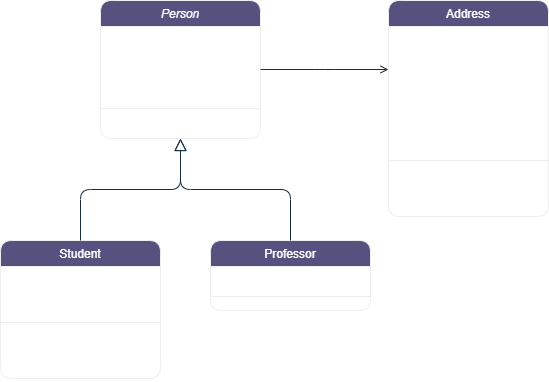
ravisankargv96/1.SpringWebApp keeps this draw.io diagram as Trail.drawio.png. Above is the earlier version. Source tidied: cells renumbered, new cells last; positions are measured from the earlier drawing's top-left corner, leaving out a move shared by most shapes.
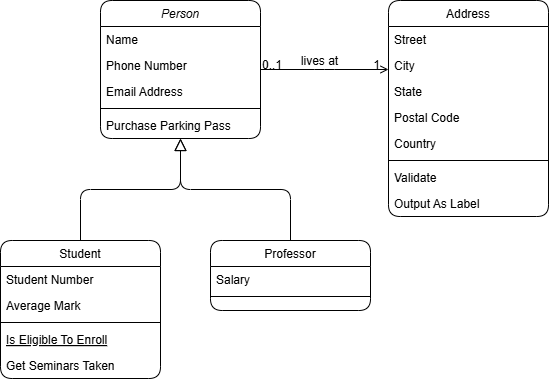
After the commit.

What changed in the source:
```diff
@@ -2,100 +2,100 @@
   <root>
     <mxCell id="0" />
     <mxCell id="1" parent="0" />
-    <mxCell id="2" value="Person" style="swimlane;fontStyle=2;align=center;verticalAlign=top;horizontal=1;startSize=26;rounded=1;shadow=0;strokeWidth=1;labelBackgroundColor=none;fillColor=#56517E;strokeColor=#EEEEEE;fontColor=#FFFFFF;" parent="1" vertex="1">
+    <mxCell id="2" value="Person" style="swimlane;fontStyle=2;align=center;verticalAlign=top;horizontal=1;startSize=26;rounded=1;shadow=0;strokeWidth=1;labelBackgroundColor=none;" parent="1" vertex="1">
       <mxGeometry x="100" width="160" height="138" as="geometry" />
     </mxCell>
-    <mxCell id="3" value="Name" style="text;align=left;verticalAlign=top;spacingLeft=4;spacingRight=4;overflow=hidden;labelBackgroundColor=none;fontColor=#FFFFFF;rounded=1;" parent="2" vertex="1">
+    <mxCell id="3" value="Name" style="text;align=left;verticalAlign=top;spacingLeft=4;spacingRight=4;overflow=hidden;labelBackgroundColor=none;rounded=1;" parent="2" vertex="1">
       <mxGeometry y="26" width="160" height="26" as="geometry" />
     </mxCell>
-    <mxCell id="4" value="Phone Number" style="text;align=left;verticalAlign=top;spacingLeft=4;spacingRight=4;overflow=hidden;rounded=1;shadow=0;html=0;labelBackgroundColor=none;fontColor=#FFFFFF;" parent="2" vertex="1">
+    <mxCell id="4" value="Phone Number" style="text;align=left;verticalAlign=top;spacingLeft=4;spacingRight=4;overflow=hidden;rounded=1;shadow=0;html=0;labelBackgroundColor=none;" parent="2" vertex="1">
       <mxGeometry y="52" width="160" height="26" as="geometry" />
     </mxCell>
-    <mxCell id="5" value="Email Address" style="text;align=left;verticalAlign=top;spacingLeft=4;spacingRight=4;overflow=hidden;rounded=1;shadow=0;html=0;labelBackgroundColor=none;fontColor=#FFFFFF;" parent="2" vertex="1">
+    <mxCell id="5" value="Email Address" style="text;align=left;verticalAlign=top;spacingLeft=4;spacingRight=4;overflow=hidden;rounded=1;shadow=0;html=0;labelBackgroundColor=none;" parent="2" vertex="1">
       <mxGeometry y="78" width="160" height="26" as="geometry" />
     </mxCell>
-    <mxCell id="6" style="line;html=1;strokeWidth=1;align=left;verticalAlign=middle;spacingTop=-1;spacingLeft=3;spacingRight=3;labelPosition=right;labelBackgroundColor=none;fillColor=#56517E;strokeColor=#EEEEEE;fontColor=#FFFFFF;rounded=1;" parent="2" vertex="1">
+    <mxCell id="6" style="line;html=1;strokeWidth=1;align=left;verticalAlign=middle;spacingTop=-1;spacingLeft=3;spacingRight=3;labelPosition=right;labelBackgroundColor=none;rounded=1;" parent="2" vertex="1">
       <mxGeometry y="104" width="160" height="8" as="geometry" />
     </mxCell>
-    <mxCell id="7" value="Purchase Parking Pass" style="text;align=left;verticalAlign=top;spacingLeft=4;spacingRight=4;overflow=hidden;labelBackgroundColor=none;fontColor=#FFFFFF;rounded=1;" parent="2" vertex="1">
+    <mxCell id="7" value="Purchase Parking Pass" style="text;align=left;verticalAlign=top;spacingLeft=4;spacingRight=4;overflow=hidden;labelBackgroundColor=none;rounded=1;" parent="2" vertex="1">
       <mxGeometry y="112" width="160" height="26" as="geometry" />
     </mxCell>
-    <mxCell id="8" value="Student" style="swimlane;fontStyle=0;align=center;verticalAlign=top;horizontal=1;startSize=26;rounded=1;shadow=0;strokeWidth=1;labelBackgroundColor=none;fillColor=#56517E;strokeColor=#EEEEEE;fontColor=#FFFFFF;" parent="1" vertex="1">
+    <mxCell id="8" value="Student" style="swimlane;fontStyle=0;align=center;verticalAlign=top;horizontal=1;startSize=26;rounded=1;shadow=0;strokeWidth=1;labelBackgroundColor=none;" parent="1" vertex="1">
       <mxGeometry y="240" width="160" height="138" as="geometry" />
     </mxCell>
-    <mxCell id="9" value="Student Number" style="text;align=left;verticalAlign=top;spacingLeft=4;spacingRight=4;overflow=hidden;labelBackgroundColor=none;fontColor=#FFFFFF;rounded=1;" parent="8" vertex="1">
+    <mxCell id="9" value="Student Number" style="text;align=left;verticalAlign=top;spacingLeft=4;spacingRight=4;overflow=hidden;labelBackgroundColor=none;rounded=1;" parent="8" vertex="1">
       <mxGeometry y="26" width="160" height="26" as="geometry" />
     </mxCell>
-    <mxCell id="10" value="Average Mark" style="text;align=left;verticalAlign=top;spacingLeft=4;spacingRight=4;overflow=hidden;rounded=1;shadow=0;html=0;labelBackgroundColor=none;fontColor=#FFFFFF;" parent="8" vertex="1">
+    <mxCell id="10" value="Average Mark" style="text;align=left;verticalAlign=top;spacingLeft=4;spacingRight=4;overflow=hidden;rounded=1;shadow=0;html=0;labelBackgroundColor=none;" parent="8" vertex="1">
       <mxGeometry y="52" width="160" height="26" as="geometry" />
     </mxCell>
-    <mxCell id="11" style="line;html=1;strokeWidth=1;align=left;verticalAlign=middle;spacingTop=-1;spacingLeft=3;spacingRight=3;labelPosition=right;labelBackgroundColor=none;fillColor=#56517E;strokeColor=#EEEEEE;fontColor=#FFFFFF;rounded=1;" parent="8" vertex="1">
+    <mxCell id="11" style="line;html=1;strokeWidth=1;align=left;verticalAlign=middle;spacingTop=-1;spacingLeft=3;spacingRight=3;labelPosition=right;labelBackgroundColor=none;rounded=1;" parent="8" vertex="1">
       <mxGeometry y="78" width="160" height="8" as="geometry" />
     </mxCell>
-    <mxCell id="12" value="Is Eligible To Enroll" style="text;align=left;verticalAlign=top;spacingLeft=4;spacingRight=4;overflow=hidden;fontStyle=4;labelBackgroundColor=none;fontColor=#FFFFFF;rounded=1;" parent="8" vertex="1">
+    <mxCell id="12" value="Is Eligible To Enroll" style="text;align=left;verticalAlign=top;spacingLeft=4;spacingRight=4;overflow=hidden;fontStyle=4;labelBackgroundColor=none;rounded=1;" parent="8" vertex="1">
       <mxGeometry y="86" width="160" height="26" as="geometry" />
     </mxCell>
-    <mxCell id="13" value="Get Seminars Taken" style="text;align=left;verticalAlign=top;spacingLeft=4;spacingRight=4;overflow=hidden;labelBackgroundColor=none;fontColor=#FFFFFF;rounded=1;" parent="8" vertex="1">
+    <mxCell id="13" value="Get Seminars Taken" style="text;align=left;verticalAlign=top;spacingLeft=4;spacingRight=4;overflow=hidden;labelBackgroundColor=none;rounded=1;" parent="8" vertex="1">
       <mxGeometry y="112" width="160" height="26" as="geometry" />
     </mxCell>
-    <mxCell id="14" style="endArrow=block;endSize=10;endFill=0;shadow=0;strokeWidth=1;rounded=1;curved=0;edgeStyle=elbowEdgeStyle;elbow=vertical;labelBackgroundColor=none;fontColor=default;strokeColor=#182E3E;" parent="1" edge="1" source="8" target="2">
+    <mxCell id="14" style="endArrow=block;endSize=10;endFill=0;shadow=0;strokeWidth=1;rounded=1;curved=0;edgeStyle=elbowEdgeStyle;elbow=vertical;labelBackgroundColor=none;fontColor=default;" parent="1" edge="1" source="8" target="2">
       <mxGeometry relative="1" as="geometry" />
     </mxCell>
-    <mxCell id="15" value="Professor" style="swimlane;fontStyle=0;align=center;verticalAlign=top;horizontal=1;startSize=26;rounded=1;shadow=0;strokeWidth=1;labelBackgroundColor=none;fillColor=#56517E;strokeColor=#EEEEEE;fontColor=#FFFFFF;" parent="1" vertex="1">
+    <mxCell id="15" value="Professor" style="swimlane;fontStyle=0;align=center;verticalAlign=top;horizontal=1;startSize=26;rounded=1;shadow=0;strokeWidth=1;labelBackgroundColor=none;" parent="1" vertex="1">
       <mxGeometry x="210" y="240" width="160" height="70" as="geometry" />
     </mxCell>
-    <mxCell id="16" value="Salary" style="text;align=left;verticalAlign=top;spacingLeft=4;spacingRight=4;overflow=hidden;labelBackgroundColor=none;fontColor=#FFFFFF;rounded=1;" parent="15" vertex="1">
+    <mxCell id="16" value="Salary" style="text;align=left;verticalAlign=top;spacingLeft=4;spacingRight=4;overflow=hidden;labelBackgroundColor=none;rounded=1;" parent="15" vertex="1">
       <mxGeometry y="26" width="160" height="26" as="geometry" />
     </mxCell>
-    <mxCell id="17" style="line;html=1;strokeWidth=1;align=left;verticalAlign=middle;spacingTop=-1;spacingLeft=3;spacingRight=3;labelPosition=right;labelBackgroundColor=none;fillColor=#56517E;strokeColor=#EEEEEE;fontColor=#FFFFFF;rounded=1;" parent="15" vertex="1">
+    <mxCell id="17" style="line;html=1;strokeWidth=1;align=left;verticalAlign=middle;spacingTop=-1;spacingLeft=3;spacingRight=3;labelPosition=right;labelBackgroundColor=none;rounded=1;" parent="15" vertex="1">
       <mxGeometry y="52" width="160" height="8" as="geometry" />
     </mxCell>
-    <mxCell id="18" style="endArrow=block;endSize=10;endFill=0;shadow=0;strokeWidth=1;rounded=1;curved=0;edgeStyle=elbowEdgeStyle;elbow=vertical;labelBackgroundColor=none;fontColor=default;strokeColor=#182E3E;" parent="1" edge="1" source="15" target="2">
+    <mxCell id="18" style="endArrow=block;endSize=10;endFill=0;shadow=0;strokeWidth=1;rounded=1;curved=0;edgeStyle=elbowEdgeStyle;elbow=vertical;labelBackgroundColor=none;fontColor=default;" parent="1" edge="1" source="15" target="2">
       <mxGeometry relative="1" as="geometry" />
     </mxCell>
-    <mxCell id="19" value="Address" style="swimlane;fontStyle=0;align=center;verticalAlign=top;horizontal=1;startSize=26;rounded=1;shadow=0;strokeWidth=1;labelBackgroundColor=none;fillColor=#56517E;strokeColor=#EEEEEE;fontColor=#FFFFFF;" parent="1" vertex="1">
+    <mxCell id="19" value="Address" style="swimlane;fontStyle=0;align=center;verticalAlign=top;horizontal=1;startSize=26;rounded=1;shadow=0;strokeWidth=1;labelBackgroundColor=none;" parent="1" vertex="1">
       <mxGeometry x="388" width="160" height="216" as="geometry" />
     </mxCell>
-    <mxCell id="20" value="Street" style="text;align=left;verticalAlign=top;spacingLeft=4;spacingRight=4;overflow=hidden;labelBackgroundColor=none;fontColor=#FFFFFF;rounded=1;" parent="19" vertex="1">
+    <mxCell id="20" value="Street" style="text;align=left;verticalAlign=top;spacingLeft=4;spacingRight=4;overflow=hidden;labelBackgroundColor=none;rounded=1;" parent="19" vertex="1">
       <mxGeometry y="26" width="160" height="26" as="geometry" />
     </mxCell>
-    <mxCell id="21" value="City" style="text;align=left;verticalAlign=top;spacingLeft=4;spacingRight=4;overflow=hidden;rounded=1;shadow=0;html=0;labelBackgroundColor=none;fontColor=#FFFFFF;" parent="19" vertex="1">
+    <mxCell id="21" value="City" style="text;align=left;verticalAlign=top;spacingLeft=4;spacingRight=4;overflow=hidden;rounded=1;shadow=0;html=0;labelBackgroundColor=none;" parent="19" vertex="1">
       <mxGeometry y="52" width="160" height="26" as="geometry" />
     </mxCell>
-    <mxCell id="22" value="State" style="text;align=left;verticalAlign=top;spacingLeft=4;spacingRight=4;overflow=hidden;rounded=1;shadow=0;html=0;labelBackgroundColor=none;fontColor=#FFFFFF;" parent="19" vertex="1">
+    <mxCell id="22" value="State" style="text;align=left;verticalAlign=top;spacingLeft=4;spacingRight=4;overflow=hidden;rounded=1;shadow=0;html=0;labelBackgroundColor=none;" parent="19" vertex="1">
       <mxGeometry y="78" width="160" height="26" as="geometry" />
     </mxCell>
-    <mxCell id="23" value="Postal Code" style="text;align=left;verticalAlign=top;spacingLeft=4;spacingRight=4;overflow=hidden;rounded=1;shadow=0;html=0;labelBackgroundColor=none;fontColor=#FFFFFF;" parent="19" vertex="1">
+    <mxCell id="23" value="Postal Code" style="text;align=left;verticalAlign=top;spacingLeft=4;spacingRight=4;overflow=hidden;rounded=1;shadow=0;html=0;labelBackgroundColor=none;" parent="19" vertex="1">
       <mxGeometry y="104" width="160" height="26" as="geometry" />
     </mxCell>
-    <mxCell id="24" value="Country" style="text;align=left;verticalAlign=top;spacingLeft=4;spacingRight=4;overflow=hidden;rounded=1;shadow=0;html=0;labelBackgroundColor=none;fontColor=#FFFFFF;" parent="19" vertex="1">
+    <mxCell id="24" value="Country" style="text;align=left;verticalAlign=top;spacingLeft=4;spacingRight=4;overflow=hidden;rounded=1;shadow=0;html=0;labelBackgroundColor=none;" parent="19" vertex="1">
       <mxGeometry y="130" width="160" height="26" as="geometry" />
     </mxCell>
-    <mxCell id="25" style="line;html=1;strokeWidth=1;align=left;verticalAlign=middle;spacingTop=-1;spacingLeft=3;spacingRight=3;labelPosition=right;labelBackgroundColor=none;fillColor=#56517E;strokeColor=#EEEEEE;fontColor=#FFFFFF;rounded=1;" parent="19" vertex="1">
+    <mxCell id="25" style="line;html=1;strokeWidth=1;align=left;verticalAlign=middle;spacingTop=-1;spacingLeft=3;spacingRight=3;labelPosition=right;labelBackgroundColor=none;rounded=1;" parent="19" vertex="1">
       <mxGeometry y="156" width="160" height="8" as="geometry" />
     </mxCell>
-    <mxCell id="26" value="Validate" style="text;align=left;verticalAlign=top;spacingLeft=4;spacingRight=4;overflow=hidden;labelBackgroundColor=none;fontColor=#FFFFFF;rounded=1;" parent="19" vertex="1">
+    <mxCell id="26" value="Validate" style="text;align=left;verticalAlign=top;spacingLeft=4;spacingRight=4;overflow=hidden;labelBackgroundColor=none;rounded=1;" parent="19" vertex="1">
       <mxGeometry y="164" width="160" height="26" as="geometry" />
     </mxCell>
-    <mxCell id="27" value="Output As Label" style="text;align=left;verticalAlign=top;spacingLeft=4;spacingRight=4;overflow=hidden;labelBackgroundColor=none;fontColor=#FFFFFF;rounded=1;" parent="19" vertex="1">
+    <mxCell id="27" value="Output As Label" style="text;align=left;verticalAlign=top;spacingLeft=4;spacingRight=4;overflow=hidden;labelBackgroundColor=none;rounded=1;" parent="19" vertex="1">
       <mxGeometry y="190" width="160" height="26" as="geometry" />
     </mxCell>
-    <mxCell id="28" style="endArrow=open;shadow=0;strokeWidth=1;rounded=1;curved=0;endFill=1;edgeStyle=elbowEdgeStyle;elbow=vertical;labelBackgroundColor=none;fontColor=default;strokeColor=#182E3E;" parent="1" edge="1" source="2" target="19">
+    <mxCell id="28" style="endArrow=open;shadow=0;strokeWidth=1;rounded=1;curved=0;endFill=1;edgeStyle=elbowEdgeStyle;elbow=vertical;labelBackgroundColor=none;fontColor=default;" parent="1" edge="1" source="2" target="19">
       <mxGeometry x="0.5" y="41" relative="1" as="geometry">
         <mxPoint x="-40" y="32" as="offset" />
       </mxGeometry>
     </mxCell>
-    <mxCell id="29" value="0..1" style="align=left;verticalAlign=bottom;labelBackgroundColor=none;fontSize=12;fillColor=#56517E;strokeColor=#EEEEEE;fontColor=#FFFFFF;rounded=1;" parent="28" vertex="1">
+    <mxCell id="29" value="0..1" style="align=left;verticalAlign=bottom;labelBackgroundColor=none;fontSize=12;rounded=1;" parent="28" vertex="1">
       <mxGeometry x="-1" relative="1" as="geometry">
         <mxPoint y="4" as="offset" />
       </mxGeometry>
     </mxCell>
-    <mxCell id="30" value="1" style="align=right;verticalAlign=bottom;labelBackgroundColor=none;fontSize=12;fillColor=#56517E;strokeColor=#EEEEEE;fontColor=#FFFFFF;rounded=1;" parent="28" vertex="1">
+    <mxCell id="30" value="1" style="align=right;verticalAlign=bottom;labelBackgroundColor=none;fontSize=12;rounded=1;" parent="28" vertex="1">
       <mxGeometry x="1" relative="1" as="geometry">
         <mxPoint x="-7" y="4" as="offset" />
       </mxGeometry>
     </mxCell>
-    <mxCell id="31" value="lives at" style="text;html=1;align=center;verticalAlign=middle;labelBackgroundColor=none;rounded=1;shadow=0;strokeWidth=1;fontSize=12;fontColor=#FFFFFF;" parent="28" vertex="1">
+    <mxCell id="31" value="lives at" style="text;html=1;align=center;verticalAlign=middle;labelBackgroundColor=none;rounded=1;shadow=0;strokeWidth=1;fontSize=12;" parent="28" vertex="1">
       <mxGeometry x="0.5" y="49" relative="1" as="geometry">
         <mxPoint x="-38" y="40" as="offset" />
       </mxGeometry>
```
